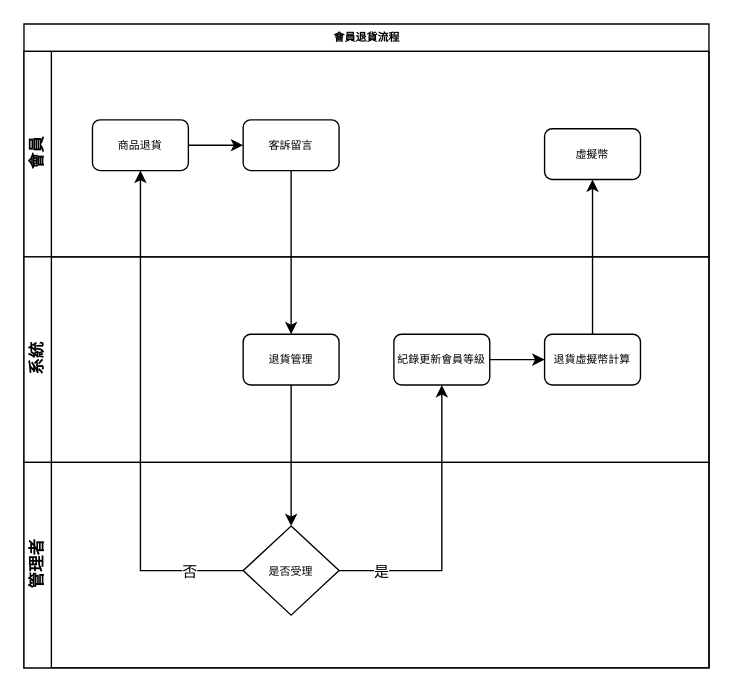
Above: page "會員退貨流程" (7 of 7) of 系統規劃/購物網系統流程.drawio in Shenyoyo/ShoppingWeb (draw.io), before the change. Source tidied: cells renumbered, new cells numbered last; positions are measured from the earlier drawing's top-left corner, leaving out a move shared by most shapes. Both pictures are drawn from the tidied source at 137%, with x=0, y=0 at pixel (23, 23).
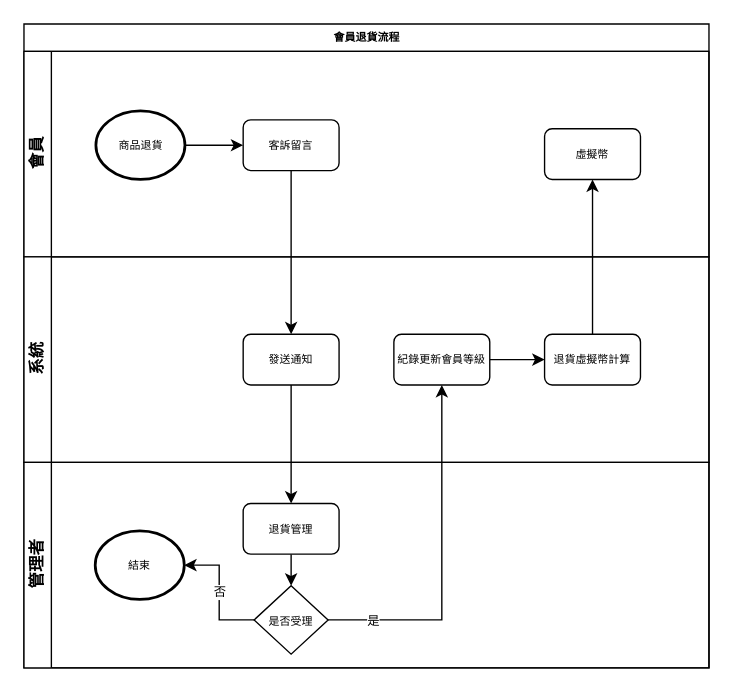
The same diagram, later.

Unchanged cells that the change refers to:
```xml
<mxCell id="2" value="會員退貨流程" style="swimlane;html=1;horizontal=1;startSize=20;rounded=0;shadow=0;labelBackgroundColor=none;strokeWidth=1;fontFamily=Verdana;fontSize=8;align=center;" parent="1" vertex="1">
  <mxGeometry width="500" height="470" as="geometry" />
</mxCell>
<mxCell id="3" value="會員" style="swimlane;html=1;startSize=20;horizontal=0;flipV=0;" parent="2" vertex="1">
  <mxGeometry y="20" width="500" height="150" as="geometry" />
</mxCell>
<mxCell id="8" value="系統" style="swimlane;html=1;startSize=20;horizontal=0;" parent="2" vertex="1">
  <mxGeometry y="170" width="500" height="150" as="geometry" />
</mxCell>
<mxCell id="13" value="管理者" style="swimlane;html=1;startSize=20;horizontal=0;" parent="2" vertex="1">
  <mxGeometry y="320" width="500" height="150" as="geometry" />
</mxCell>
<mxCell id="19" style="edgeStyle=orthogonalEdgeStyle;rounded=0;jettySize=auto;html=1;exitX=1;exitY=0.5;exitDx=0;exitDy=0;" parent="2" edge="1" source="14" target="11">
  <mxGeometry relative="1" as="geometry" />
</mxCell>
```

Diff of the diagram source:
```diff
@@
+    <mxCell id="6" value="客訴留言" style="rounded=1;whiteSpace=wrap;html=1;shadow=0;labelBackgroundColor=none;strokeWidth=1;fontFamily=Verdana;fontSize=8;align=center;" parent="3" vertex="1">
+      <mxGeometry x="160" y="50" width="70" height="37" as="geometry" />
+    </mxCell>
-    <mxCell id="5" value="商品退貨" style="rounded=1;whiteSpace=wrap;html=1;shadow=0;labelBackgroundColor=none;strokeWidth=1;fontFamily=Verdana;fontSize=8;align=center;" parent="3" vertex="1">
-      <mxGeometry x="50" y="50" width="70" height="37" as="geometry" />
+    <mxCell id="5" value="&lt;span style=&quot;font-family: &amp;#34;verdana&amp;#34;&quot;&gt;商品退貨&lt;/span&gt;" style="strokeWidth=2;html=1;shape=mxgraph.flowchart.start_1;whiteSpace=wrap;fontSize=8;" parent="3" vertex="1">
+      <mxGeometry x="52.5" y="43.5" width="65" height="50" as="geometry" />
     </mxCell>
-    <mxCell id="6" value="客訴留言" style="rounded=1;whiteSpace=wrap;html=1;shadow=0;labelBackgroundColor=none;strokeWidth=1;fontFamily=Verdana;fontSize=8;align=center;" parent="3" vertex="1">
-      <mxGeometry x="160" y="50" width="70" height="37" as="geometry" />
-    </mxCell>
@@
-    <mxCell id="9" value="退貨管理" style="rounded=1;whiteSpace=wrap;html=1;shadow=0;labelBackgroundColor=none;strokeWidth=1;fontFamily=Verdana;fontSize=8;align=center;" parent="8" vertex="1">
+    <mxCell id="9" value="發送通知" style="rounded=1;whiteSpace=wrap;html=1;shadow=0;labelBackgroundColor=none;strokeWidth=1;fontFamily=Verdana;fontSize=8;align=center;" parent="8" vertex="1">
       <mxGeometry x="160" y="56.5" width="70" height="37" as="geometry" />
     </mxCell>
@@
+    <mxCell id="18" value="&lt;font style=&quot;font-size: 9px&quot;&gt;否&lt;/font&gt;" style="edgeStyle=orthogonalEdgeStyle;rounded=0;jettySize=auto;html=1;exitX=0;exitY=0.5;exitDx=0;exitDy=0;entryX=1;entryY=0.5;entryDx=0;entryDy=0;entryPerimeter=0;fontSize=8;" parent="13" edge="1" source="14" target="24">
+      <mxGeometry relative="1" as="geometry" />
+    </mxCell>
+    <mxCell id="22" style="edgeStyle=orthogonalEdgeStyle;rounded=0;jettySize=auto;html=1;entryX=0.5;entryY=0;entryDx=0;entryDy=0;fontSize=9;" parent="13" edge="1" source="23" target="14">
+      <mxGeometry relative="1" as="geometry" />
+    </mxCell>
+    <mxCell id="23" value="退貨管理" style="rounded=1;whiteSpace=wrap;html=1;shadow=0;labelBackgroundColor=none;strokeWidth=1;fontFamily=Verdana;fontSize=8;align=center;" parent="13" vertex="1">
+      <mxGeometry x="160" y="30" width="70" height="37" as="geometry" />
+    </mxCell>
+    <mxCell id="24" value="&lt;font face=&quot;verdana&quot;&gt;結束&lt;/font&gt;" style="strokeWidth=2;html=1;shape=mxgraph.flowchart.start_1;whiteSpace=wrap;fontSize=8;" parent="13" vertex="1">
+      <mxGeometry x="52" y="50" width="65" height="50" as="geometry" />
+    </mxCell>
     <mxCell id="14" value="&lt;span style=&quot;font-size: 8px&quot;&gt;是否受理&lt;/span&gt;" style="rhombus;whiteSpace=wrap;html=1;" parent="13" vertex="1">
-      <mxGeometry x="160" y="46.5" width="70" height="65" as="geometry" />
+      <mxGeometry x="168" y="90" width="54" height="50" as="geometry" />
     </mxCell>
@@
-    <mxCell id="16" style="edgeStyle=orthogonalEdgeStyle;rounded=0;jettySize=auto;html=1;exitX=0.5;exitY=1;exitDx=0;exitDy=0;entryX=0.5;entryY=0;entryDx=0;entryDy=0;" parent="2" edge="1" source="9">
+    <mxCell id="16" style="edgeStyle=orthogonalEdgeStyle;rounded=0;jettySize=auto;html=1;exitX=0.5;exitY=1;exitDx=0;exitDy=0;" parent="2" edge="1" source="9">
       <mxGeometry relative="1" as="geometry">
-        <mxPoint x="195" y="366.5" as="targetPoint" />
+        <mxPoint x="195" y="350" as="targetPoint" />
       </mxGeometry>
     </mxCell>
-    <mxCell id="17" style="edgeStyle=orthogonalEdgeStyle;rounded=0;jettySize=auto;html=1;" parent="2" edge="1" source="14" target="5">
-      <mxGeometry relative="1" as="geometry" />
-    </mxCell>
-    <mxCell id="18" value="否" style="edgeLabel;html=1;align=center;verticalAlign=middle;" parent="17" vertex="1">
-      <mxGeometry x="-0.61" y="2" relative="1" as="geometry">
-        <mxPoint x="32.5" y="-2" as="offset" />
-      </mxGeometry>
-    </mxCell>
@@
-    <mxCell id="20" value="是" style="edgeLabel;html=1;align=center;verticalAlign=middle;" parent="19" vertex="1">
+    <mxCell id="20" value="是" style="edgeLabel;html=1;align=center;verticalAlign=middle;fontSize=9;" parent="19" vertex="1">
       <mxGeometry x="-0.89" y="-2" relative="1" as="geometry">
         <mxPoint x="18" y="-2" as="offset" />
       </mxGeometry>
     </mxCell>
```
